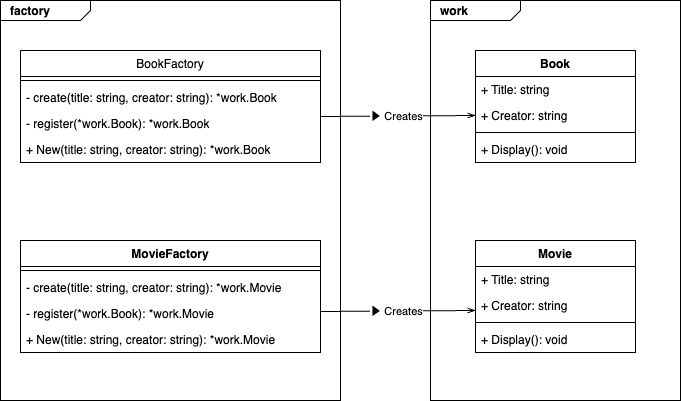
Earlier version of the draw.io export docs/factory/assets/sample-program.drawio.png (sh-yamaga/design-patterns-go). Source tidied: cells renumbered, new cells last; positions are measured from the earlier drawing's top-left corner, leaving out a move shared by most shapes.
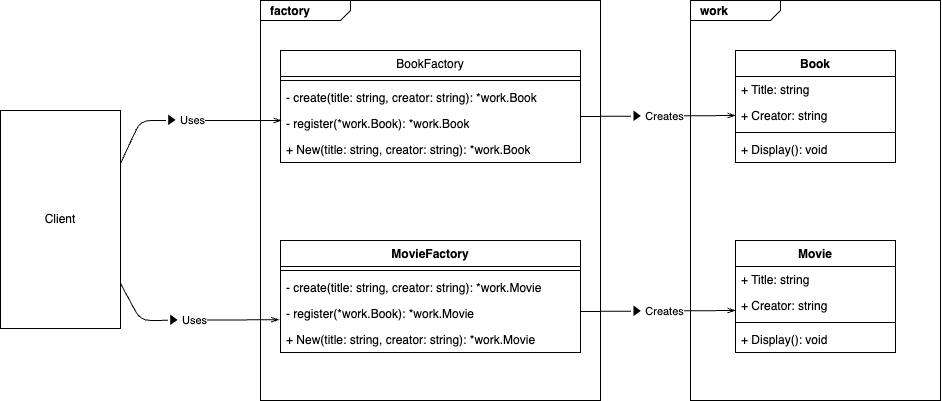
Above is the later version.

Commit message:
[update]#factory_add client to UML

What changed in the source:
```diff
@@ -83,5 +83,31 @@
     <mxCell id="27" value="▶︎ Creates" style="edgeLabel;html=1;align=center;verticalAlign=middle;" parent="26" vertex="1">
       <mxGeometry x="-0.02" relative="1" as="geometry" />
     </mxCell>
+    <mxCell id="28" value="Client" style="rounded=0;whiteSpace=wrap;html=1;" parent="1" vertex="1">
+      <mxGeometry x="-260" y="110" width="120" height="218" as="geometry" />
+    </mxCell>
+    <mxCell id="29" style="endArrow=openThin;html=1;exitX=1;exitY=0.231;exitDx=0;exitDy=0;exitPerimeter=0;endFill=0;" parent="1" edge="1">
+      <mxGeometry relative="1" as="geometry">
+        <mxPoint x="-140" y="163" as="sourcePoint" />
+        <mxPoint x="21" y="120" as="targetPoint" />
+        <Array as="points">
+          <mxPoint x="-120" y="120" />
+        </Array>
+      </mxGeometry>
+    </mxCell>
+    <mxCell id="30" value="▶︎ Uses" style="edgeLabel;html=1;align=center;verticalAlign=middle;" parent="29" vertex="1">
+      <mxGeometry x="-0.02" relative="1" as="geometry" />
+    </mxCell>
+    <mxCell id="31" style="endArrow=openThin;html=1;exitX=1;exitY=0.231;exitDx=0;exitDy=0;exitPerimeter=0;endFill=0;entryX=-0.004;entryY=0.738;entryDx=0;entryDy=0;entryPerimeter=0;" parent="1" edge="1" target="22">
+      <mxGeometry relative="1" as="geometry">
+        <mxPoint x="-140" y="283" as="sourcePoint" />
+        <Array as="points">
+          <mxPoint x="-120" y="320" />
+        </Array>
+      </mxGeometry>
+    </mxCell>
+    <mxCell id="32" value="▶︎ Uses" style="edgeLabel;html=1;align=center;verticalAlign=middle;" parent="31" vertex="1">
+      <mxGeometry x="-0.02" relative="1" as="geometry" />
+    </mxCell>
   </root>
 </mxGraphModel>
```
